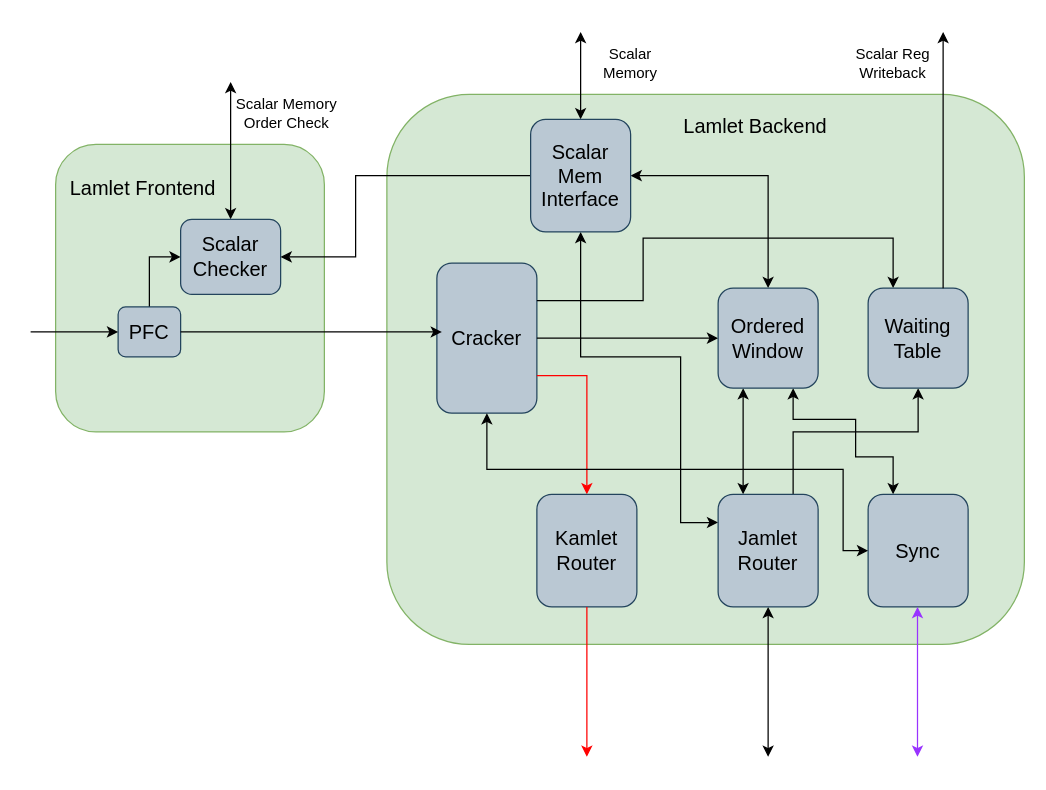
Earlier version of the draw.io diagram docs/diagrams/lamlet.drawio (benreynwar/zamlet). Source tidied: cells renumbered, new cells numbered last; positions are measured from the earlier drawing's top-left corner, leaving out a move shared by most shapes. Both pictures are drawn from the tidied source at 125%, with x=0, y=0 at pixel (30, 31).
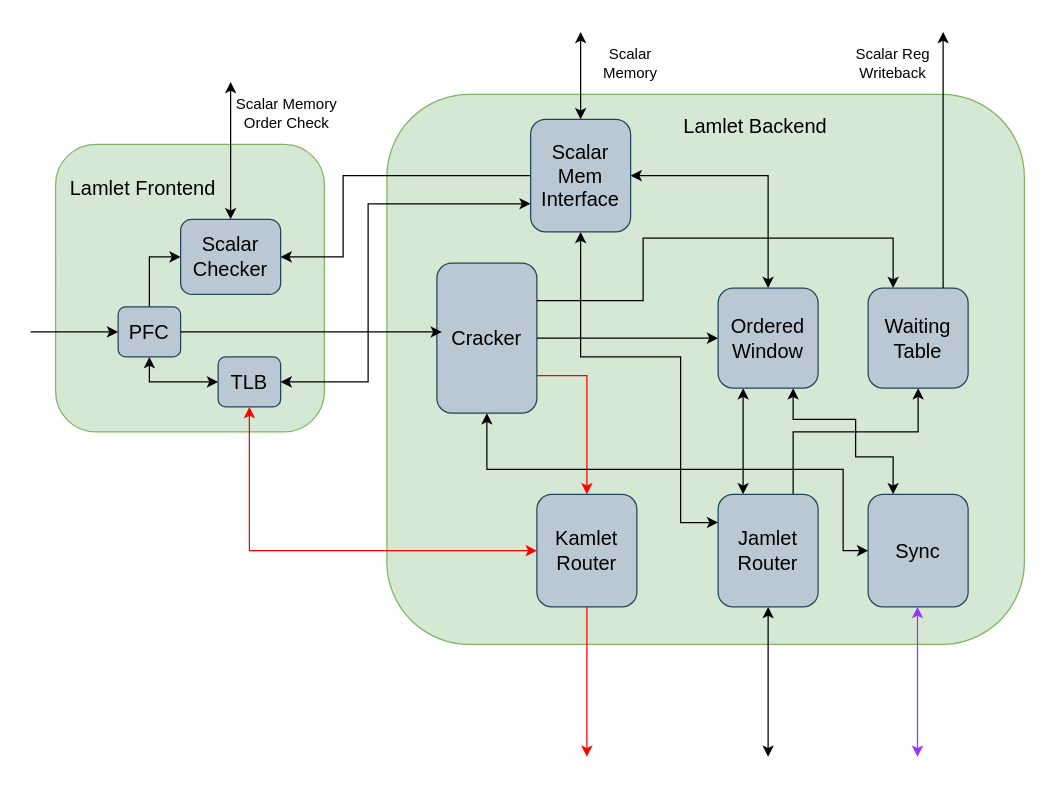
The same diagram, later.

The change refers to these unchanged cells:
```xml
<mxCell id="5" value="PFC" style="rounded=1;whiteSpace=wrap;html=1;fillColor=#bac8d3;strokeColor=#23445d;fontSize=16;" parent="1" vertex="1">
  <mxGeometry x="70" y="220" width="50" height="40" as="geometry" />
</mxCell>
<mxCell id="26" value="Scalar&lt;br&gt;Checker" style="rounded=1;whiteSpace=wrap;html=1;fillColor=#bac8d3;strokeColor=#23445d;fontSize=16;" parent="1" vertex="1">
  <mxGeometry x="120" y="150" width="80" height="60" as="geometry" />
</mxCell>
<mxCell id="30" value="Scalar&lt;br&gt;&lt;div&gt;Mem&lt;/div&gt;&lt;div&gt;Interface&lt;/div&gt;" style="rounded=1;whiteSpace=wrap;html=1;fillColor=#bac8d3;strokeColor=#23445d;fontSize=16;" parent="1" vertex="1">
  <mxGeometry x="400" y="70" width="80" height="90" as="geometry" />
</mxCell>
<mxCell id="31" value="Kamlet&lt;br&gt;Router" style="rounded=1;whiteSpace=wrap;html=1;fillColor=#bac8d3;strokeColor=#23445d;fontSize=16;" parent="1" vertex="1">
  <mxGeometry x="405" y="370" width="80" height="90" as="geometry" />
</mxCell>
```

Change to the diagram source:
```diff
@@
+    <mxCell id="37" style="edgeStyle=orthogonalEdgeStyle;rounded=0;jettySize=auto;html=1;exitX=0.5;exitY=1;exitDx=0;exitDy=0;entryX=0;entryY=0.5;entryDx=0;entryDy=0;startArrow=classic;startFill=1;" parent="1" edge="1" source="5" target="40">
+      <mxGeometry relative="1" as="geometry" />
+    </mxCell>
@@
     <mxCell id="29" style="edgeStyle=orthogonalEdgeStyle;rounded=0;jettySize=auto;html=1;exitX=0;exitY=0.5;exitDx=0;exitDy=0;" parent="1" edge="1" source="30" target="26">
       <mxGeometry relative="1" as="geometry">
         <Array as="points">
-          <mxPoint x="260" y="115" />
-          <mxPoint x="260" y="180" />
+          <mxPoint x="250" y="115" />
+          <mxPoint x="250" y="180" />
         </Array>
       </mxGeometry>
     </mxCell>
@@
+    <mxCell id="38" style="edgeStyle=orthogonalEdgeStyle;rounded=0;jettySize=auto;html=1;exitX=1;exitY=0.5;exitDx=0;exitDy=0;entryX=0;entryY=0.75;entryDx=0;entryDy=0;startArrow=classic;startFill=1;" parent="1" edge="1" source="40" target="30">
+      <mxGeometry relative="1" as="geometry">
+        <Array as="points">
+          <mxPoint x="270" y="280" />
+          <mxPoint x="270" y="138" />
+        </Array>
+      </mxGeometry>
+    </mxCell>
+    <mxCell id="39" style="edgeStyle=orthogonalEdgeStyle;rounded=0;jettySize=auto;html=1;exitX=0.5;exitY=1;exitDx=0;exitDy=0;entryX=0;entryY=0.5;entryDx=0;entryDy=0;strokeColor=#FF0000;startArrow=classic;startFill=1;" parent="1" edge="1" source="40" target="31">
+      <mxGeometry relative="1" as="geometry" />
+    </mxCell>
+    <mxCell id="40" value="TLB" style="rounded=1;whiteSpace=wrap;html=1;fillColor=#bac8d3;strokeColor=#23445d;fontSize=16;" parent="1" vertex="1">
+      <mxGeometry x="150" y="260" width="50" height="40" as="geometry" />
+    </mxCell>
```
